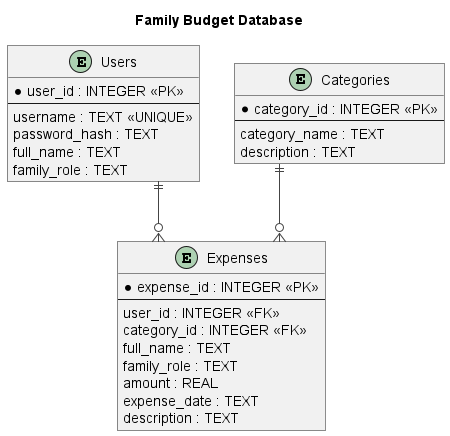
Before: docs/diagrams/ER.png, a diagram exported from PlantUML (faranan4ik/Tracking-family-budget-expenses). Its diagram source:
```plantuml
@startuml
title Family Budget Database

top to bottom direction
skinparam linetype ortho
skinparam shadowing false
skinparam roundcorner 0

skinparam entity {
    BackgroundColor #F2F2F2
    BorderColor #888888
    FontColor #111111
    AttributeFontColor #111111
}

skinparam ArrowColor #444444
skinparam ArrowThickness 1

entity "Users" as Users {
    * user_id : INTEGER <<PK>>
    --
    username : TEXT <<UNIQUE>>
    password_hash : TEXT
    full_name : TEXT
    family_role : TEXT
}

entity "Categories" as Categories {
    * category_id : INTEGER <<PK>>
    --
    category_name : TEXT
    description : TEXT
}

entity "Expenses" as Expenses {
    * expense_id : INTEGER <<PK>>
    --
    user_id : INTEGER <<FK>>
    category_id : INTEGER <<FK>>
    full_name : TEXT
    family_role : TEXT
    amount : REAL
    expense_date : TEXT
    description : TEXT
}

Users ||--o{ Expenses
Categories ||--o{ Expenses

@enduml
```
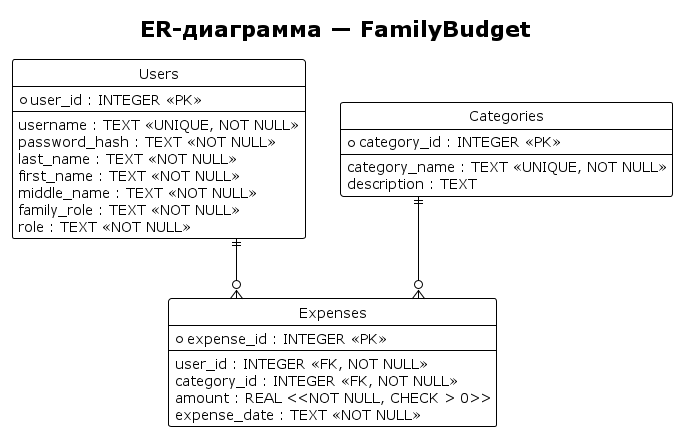
The same file after the commit.

Diff of the diagram source:
```diff
@@ -1,47 +1,37 @@
 @startuml
-title Family Budget Database
-
-top to bottom direction
+!theme plain
+hide circle
 skinparam linetype ortho
 skinparam shadowing false
-skinparam roundcorner 0
 
-skinparam entity {
-    BackgroundColor #F2F2F2
-    BorderColor #888888
-    FontColor #111111
-    AttributeFontColor #111111
-}
-
-skinparam ArrowColor #444444
-skinparam ArrowThickness 1
+title ER-диаграмма — FamilyBudget
 
 entity "Users" as Users {
     * user_id : INTEGER <<PK>>
     --
-    username : TEXT <<UNIQUE>>
-    password_hash : TEXT
-    full_name : TEXT
-    family_role : TEXT
+    username : TEXT <<UNIQUE, NOT NULL>>
+    password_hash : TEXT <<NOT NULL>>
+    last_name : TEXT <<NOT NULL>>
+    first_name : TEXT <<NOT NULL>>
+    middle_name : TEXT <<NOT NULL>>
+    family_role : TEXT <<NOT NULL>>
+    role : TEXT <<NOT NULL>>
 }
 
 entity "Categories" as Categories {
     * category_id : INTEGER <<PK>>
     --
-    category_name : TEXT
+    category_name : TEXT <<UNIQUE, NOT NULL>>
     description : TEXT
 }
 
 entity "Expenses" as Expenses {
     * expense_id : INTEGER <<PK>>
     --
-    user_id : INTEGER <<FK>>
-    category_id : INTEGER <<FK>>
-    full_name : TEXT
-    family_role : TEXT
-    amount : REAL
-    expense_date : TEXT
-    description : TEXT
+    user_id : INTEGER <<FK, NOT NULL>>
+    category_id : INTEGER <<FK, NOT NULL>>
+    amount : REAL <<NOT NULL, CHECK > 0>>
+    expense_date : TEXT <<NOT NULL>>
 }
 
 Users ||--o{ Expenses
```
